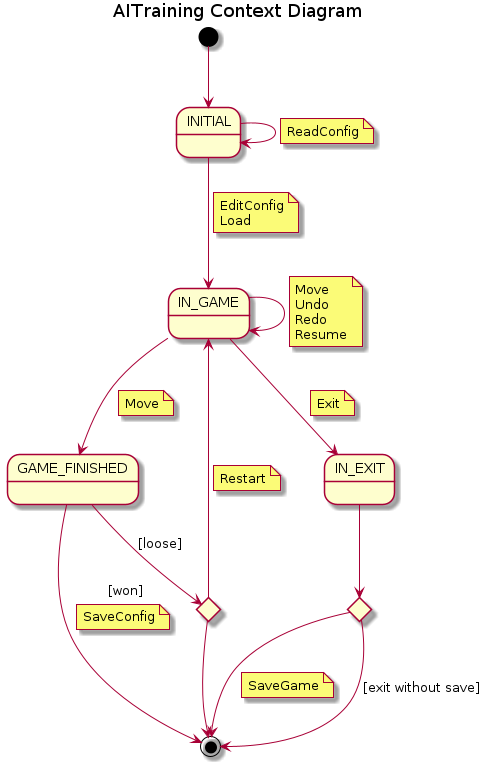
Above: docs/output/use-cases/context/AITrainingContextDiagram.png in Master-Desarrollo-20-21/patrones-diseno---practica-final---juego-de-las-damas-fraylopez (PlantUML), before the change. Its diagram source:
```plantuml
@startuml AITrainingContextDiagram
title AITraining Context Diagram
state INITIAL
state IN_GAME
state GAME_FINISHED
state IF <<choice>>
state IF2 <<choice>>

[*] --> INITIAL

INITIAL --> INITIAL
    note on link
        ReadConfig
    end note

INITIAL --> IN_GAME
    note on link
        EditConfig
        Load
    end note
IN_GAME --> IN_GAME
    note on link
        Move
        Undo
        Redo
        Resume
    end note
IN_GAME --> GAME_FINISHED
    note on link
        Move
    end note
IN_EXIT -->IF
IF -->[*]
    note on link
        SaveGame
    end note

IF --> [*] : [exit without save]

IN_GAME -->IN_EXIT
    note on link
        Exit
    end note

GAME_FINISHED --> IF2 : [loose]

IF2 --> IN_GAME
    note on link
        Restart
    end note

GAME_FINISHED --> [*] : [won]
    note on link
        SaveConfig
    end note
IF2 --> [*]

@enduml
```
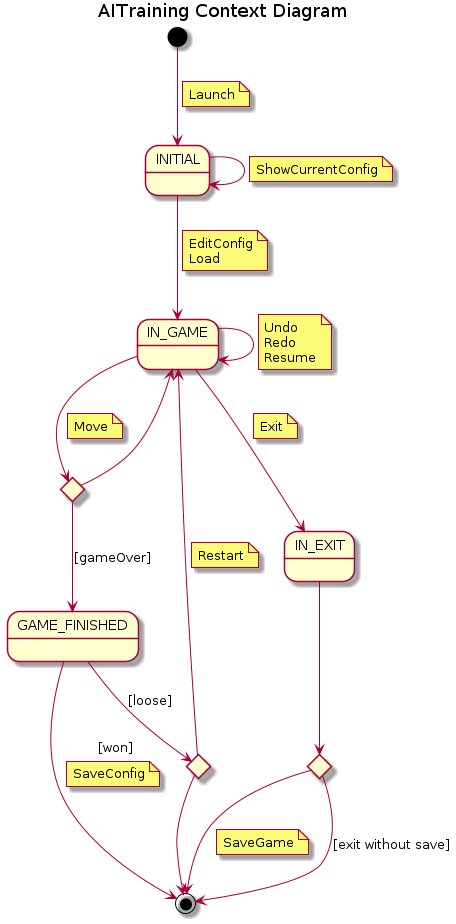
After the commit.

Diff of the diagram source:
```diff
@@ -5,12 +5,16 @@
 state GAME_FINISHED
 state IF <<choice>>
 state IF2 <<choice>>
+state IF3 <<choice>>
 
 [*] --> INITIAL
+note on link
+    Launch
+end note
 
 INITIAL --> INITIAL
     note on link
-        ReadConfig
+        ShowCurrentConfig
     end note
 
 INITIAL --> IN_GAME
@@ -20,15 +24,19 @@
     end note
 IN_GAME --> IN_GAME
     note on link
-        Move
         Undo
         Redo
         Resume
     end note
-IN_GAME --> GAME_FINISHED
+
+IN_GAME --> IF3
     note on link
         Move
     end note
+
+IF3 --> IN_GAME
+IF3 --> GAME_FINISHED : [gameOver]
+
 IN_EXIT -->IF
 IF -->[*]
     note on link
```
